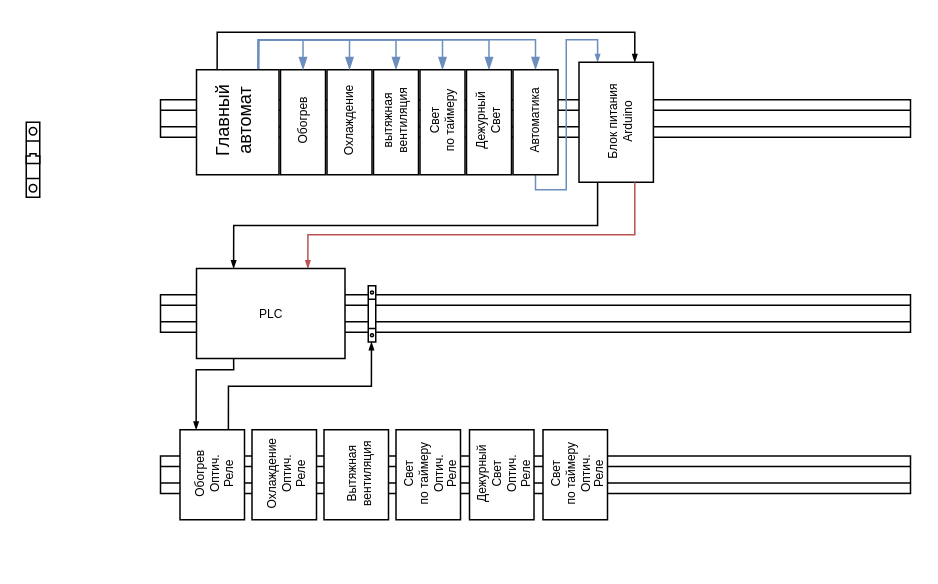
The draw.io diagram Курятник.drawio in Johnystu/draw_io, before the edit. Source tidied: cells renumbered, new cells numbered last; positions are measured from the earlier drawing's top-left corner, leaving out a move shared by most shapes. Both pictures are drawn from the tidied source at 150%, with x=0, y=0 at pixel (26, 39).
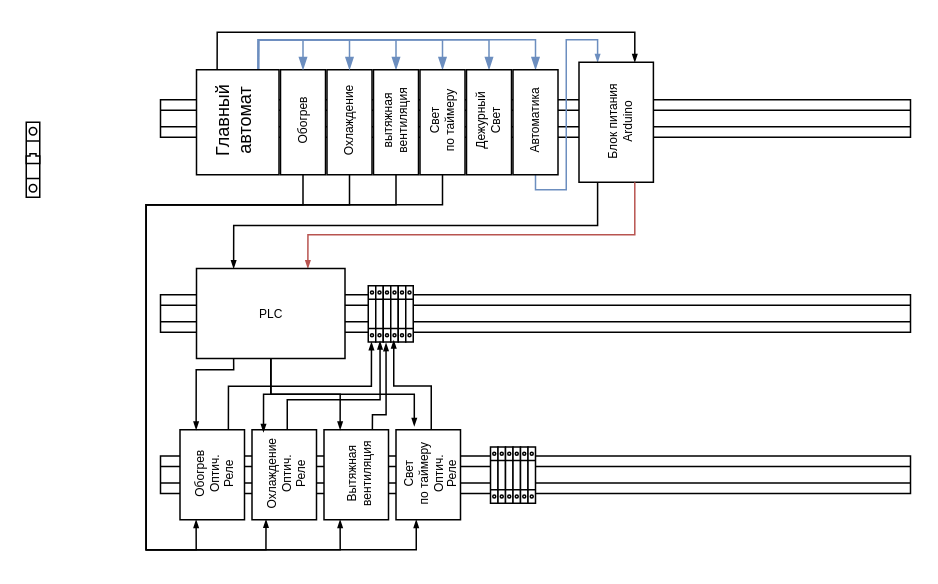
Above is the later version.

Unchanged cells that the change refers to:
```xml
<mxCell id="4" style="rounded=0;whiteSpace=wrap;html=1;" parent="1" vertex="1">
  <mxGeometry x="169.5" y="20" width="30" height="70" as="geometry" />
</mxCell>
<mxCell id="5" style="rounded=0;whiteSpace=wrap;html=1;" parent="1" vertex="1">
  <mxGeometry x="200.5" y="20" width="30" height="70" as="geometry" />
</mxCell>
<mxCell id="17" style="rounded=0;whiteSpace=wrap;html=1;" parent="1" vertex="1">
  <mxGeometry x="262.5" y="20" width="30" height="70" as="geometry" />
</mxCell>
<mxCell id="19" style="rounded=0;whiteSpace=wrap;html=1;" parent="1" vertex="1">
  <mxGeometry x="231.5" y="20" width="30" height="70" as="geometry" />
</mxCell>
<mxCell id="25" style="rounded=0;whiteSpace=wrap;html=1;" parent="24" vertex="1">
  <mxGeometry x="6.5" width="43" height="60" as="geometry" />
</mxCell>
<mxCell id="35" value="Охлаждение&lt;div style=&quot;font-size: 8px&quot;&gt;&lt;font style=&quot;font-size: 8px&quot;&gt;Оптич.&lt;/font&gt;&lt;/div&gt;&lt;div style=&quot;font-size: 8px&quot;&gt;&lt;font style=&quot;font-size: 8px&quot;&gt;Реле&lt;br style=&quot;font-size: 8px&quot;&gt;&lt;/font&gt;&lt;/div&gt;" style="text;html=1;align=center;verticalAlign=middle;points=[];rotation=-90;fontSize=8;" parent="33" vertex="1">
  <mxGeometry y="10" width="60" height="40" as="geometry" />
</mxCell>
<mxCell id="37" style="rounded=0;whiteSpace=wrap;html=1;" parent="36" vertex="1">
  <mxGeometry x="6.5" width="43" height="60" as="geometry" />
</mxCell>
<mxCell id="41" value="&lt;div&gt;Свет&lt;/div&gt;&lt;div&gt;по таймеру&lt;br&gt;&lt;/div&gt;&lt;div style=&quot;font-size: 8px&quot;&gt;&lt;font style=&quot;font-size: 8px&quot;&gt;Оптич.&lt;/font&gt;&lt;/div&gt;&lt;div style=&quot;font-size: 8px&quot;&gt;&lt;font style=&quot;font-size: 8px&quot;&gt;Реле&lt;br style=&quot;font-size: 8px&quot;&gt;&lt;/font&gt;&lt;/div&gt;" style="text;html=1;align=center;verticalAlign=middle;points=[];rotation=-90;fontSize=8;" parent="39" vertex="1">
  <mxGeometry y="5" width="60" height="50" as="geometry" />
</mxCell>
<mxCell id="52" value="PLC" style="rounded=0;whiteSpace=wrap;html=1;fontSize=8;" parent="1" vertex="1">
  <mxGeometry x="113.5" y="152.5" width="99" height="60" as="geometry" />
</mxCell>
```

Diff of the diagram source:
```diff
@@
+    <mxCell id="55" style="edgeStyle=orthogonalEdgeStyle;rounded=0;jumpSize=3;jettySize=auto;html=1;exitX=0.5;exitY=1;exitDx=0;exitDy=0;entryX=0.25;entryY=1;entryDx=0;entryDy=0;startSize=3;endArrow=blockThin;endFill=1;endSize=3;fontSize=8;" parent="1" edge="1" source="4" target="25">
+      <mxGeometry relative="1" as="geometry">
+        <Array as="points">
+          <mxPoint x="184" y="110" />
+          <mxPoint x="80" y="110" />
+          <mxPoint x="80" y="340" />
+          <mxPoint x="113" y="340" />
+        </Array>
+      </mxGeometry>
+    </mxCell>
@@
+    <mxCell id="56" style="edgeStyle=orthogonalEdgeStyle;rounded=0;jumpSize=3;jettySize=auto;html=1;entryX=0.002;entryY=0.146;entryDx=0;entryDy=0;entryPerimeter=0;startSize=3;endArrow=blockThin;endFill=1;endSize=3;fontSize=8;exitX=0.5;exitY=1;exitDx=0;exitDy=0;" parent="1" edge="1" source="5" target="35">
+      <mxGeometry relative="1" as="geometry">
+        <Array as="points">
+          <mxPoint x="215" y="110" />
+          <mxPoint x="80" y="110" />
+          <mxPoint x="80" y="340" />
+          <mxPoint x="160" y="340" />
+        </Array>
+      </mxGeometry>
+    </mxCell>
@@
+    <mxCell id="57" style="edgeStyle=orthogonalEdgeStyle;rounded=0;jumpSize=3;jettySize=auto;html=1;exitX=0.5;exitY=1;exitDx=0;exitDy=0;entryX=0;entryY=0.3;entryDx=0;entryDy=0;entryPerimeter=0;startSize=3;endArrow=blockThin;endFill=1;endSize=3;fontSize=8;" parent="1" edge="1" source="17" target="41">
+      <mxGeometry relative="1" as="geometry">
+        <Array as="points">
+          <mxPoint x="278" y="110" />
+          <mxPoint x="80" y="110" />
+          <mxPoint x="80" y="340" />
+          <mxPoint x="260" y="340" />
+        </Array>
+      </mxGeometry>
+    </mxCell>
@@
+    <mxCell id="58" style="edgeStyle=orthogonalEdgeStyle;rounded=0;jumpSize=3;jettySize=auto;html=1;exitX=0.5;exitY=1;exitDx=0;exitDy=0;entryX=0.25;entryY=1;entryDx=0;entryDy=0;startSize=3;endArrow=blockThin;endFill=1;endSize=3;fontSize=8;" parent="1" edge="1" source="19" target="37">
+      <mxGeometry relative="1" as="geometry">
+        <Array as="points">
+          <mxPoint x="247" y="110" />
+          <mxPoint x="80" y="110" />
+          <mxPoint x="80" y="340" />
+          <mxPoint x="209" y="340" />
+        </Array>
+      </mxGeometry>
+    </mxCell>
@@
-    <mxCell id="42" style="group;fontSize=8;" parent="1" vertex="1">
-      <mxGeometry x="289" y="260" width="60" height="60" as="geometry" />
-    </mxCell>
-    <mxCell id="43" style="rounded=0;whiteSpace=wrap;html=1;" parent="42" vertex="1">
-      <mxGeometry x="6.5" width="43" height="60" as="geometry" />
-    </mxCell>
-    <mxCell id="44" value="&lt;div&gt;Дежурный&lt;/div&gt;&lt;div&gt;Свет&lt;br&gt;&lt;/div&gt;&lt;div style=&quot;font-size: 8px&quot;&gt;&lt;font style=&quot;font-size: 8px&quot;&gt;Оптич.&lt;/font&gt;&lt;/div&gt;&lt;div style=&quot;font-size: 8px&quot;&gt;&lt;font style=&quot;font-size: 8px&quot;&gt;Реле&lt;br style=&quot;font-size: 8px&quot;&gt;&lt;/font&gt;&lt;/div&gt;" style="text;html=1;align=center;verticalAlign=middle;rotation=-90;fontSize=8;" parent="42" vertex="1">
-      <mxGeometry x="5" y="5" width="50" height="50" as="geometry" />
-    </mxCell>
-    <mxCell id="45" style="group;fontSize=8;" parent="1" vertex="1">
-      <mxGeometry x="338" y="260" width="60" height="60" as="geometry" />
-    </mxCell>
-    <mxCell id="46" style="rounded=0;whiteSpace=wrap;html=1;" parent="45" vertex="1">
-      <mxGeometry x="6.5" width="43" height="60" as="geometry" />
-    </mxCell>
-    <mxCell id="47" value="&lt;div&gt;Свет&lt;/div&gt;&lt;div&gt;по таймеру&lt;br&gt;&lt;/div&gt;&lt;div style=&quot;font-size: 8px&quot;&gt;&lt;font style=&quot;font-size: 8px&quot;&gt;Оптич.&lt;/font&gt;&lt;/div&gt;&lt;div style=&quot;font-size: 8px&quot;&gt;&lt;font style=&quot;font-size: 8px&quot;&gt;Реле&lt;br style=&quot;font-size: 8px&quot;&gt;&lt;/font&gt;&lt;/div&gt;" style="text;html=1;align=center;verticalAlign=middle;rotation=-90;fontSize=8;" parent="45" vertex="1">
-      <mxGeometry y="5" width="60" height="50" as="geometry" />
-    </mxCell>
@@
+    <mxCell id="59" style="edgeStyle=orthogonalEdgeStyle;rounded=0;jumpSize=3;jettySize=auto;html=1;exitX=0.5;exitY=1;exitDx=0;exitDy=0;entryX=0.974;entryY=0.104;entryDx=0;entryDy=0;entryPerimeter=0;startSize=3;endArrow=blockThin;endFill=1;endSize=3;fontSize=8;" parent="1" edge="1" source="52" target="35">
+      <mxGeometry relative="1" as="geometry" />
+    </mxCell>
+    <mxCell id="60" style="edgeStyle=orthogonalEdgeStyle;rounded=0;jumpSize=3;jettySize=auto;html=1;exitX=0.5;exitY=1;exitDx=0;exitDy=0;entryX=0.25;entryY=0;entryDx=0;entryDy=0;startSize=3;endArrow=blockThin;endFill=1;endSize=3;fontSize=8;" parent="1" edge="1" source="52" target="37">
+      <mxGeometry relative="1" as="geometry" />
+    </mxCell>
+    <mxCell id="61" style="edgeStyle=orthogonalEdgeStyle;rounded=0;jumpSize=3;jettySize=auto;html=1;exitX=0.5;exitY=1;exitDx=0;exitDy=0;entryX=1.04;entryY=0.274;entryDx=0;entryDy=0;entryPerimeter=0;startSize=3;endArrow=blockThin;endFill=1;endSize=3;fontSize=8;" parent="1" edge="1" source="52" target="41">
+      <mxGeometry relative="1" as="geometry" />
+    </mxCell>
@@
+    <mxCell id="62" style="verticalLabelPosition=bottom;dashed=0;shadow=0;html=1;align=center;verticalAlign=top;shape=mxgraph.cabinets.terminal_6_25mm2;fontSize=8;" parent="1" vertex="1">
+      <mxGeometry x="233" y="164" width="5" height="37.5" as="geometry" />
+    </mxCell>
+    <mxCell id="63" style="verticalLabelPosition=bottom;dashed=0;shadow=0;html=1;align=center;verticalAlign=top;shape=mxgraph.cabinets.terminal_6_25mm2;fontSize=8;" parent="1" vertex="1">
+      <mxGeometry x="238" y="164" width="5" height="37.5" as="geometry" />
+    </mxCell>
+    <mxCell id="64" style="verticalLabelPosition=bottom;dashed=0;shadow=0;html=1;align=center;verticalAlign=top;shape=mxgraph.cabinets.terminal_6_25mm2;fontSize=8;" parent="1" vertex="1">
+      <mxGeometry x="243" y="164" width="5" height="37.5" as="geometry" />
+    </mxCell>
+    <mxCell id="65" style="verticalLabelPosition=bottom;dashed=0;shadow=0;html=1;align=center;verticalAlign=top;shape=mxgraph.cabinets.terminal_6_25mm2;fontSize=8;" parent="1" vertex="1">
+      <mxGeometry x="248" y="164" width="5" height="37.5" as="geometry" />
+    </mxCell>
+    <mxCell id="66" style="verticalLabelPosition=bottom;dashed=0;shadow=0;html=1;align=center;verticalAlign=top;shape=mxgraph.cabinets.terminal_6_25mm2;fontSize=8;" parent="1" vertex="1">
+      <mxGeometry x="253" y="164" width="5" height="37.5" as="geometry" />
+    </mxCell>
+    <mxCell id="67" style="edgeStyle=orthogonalEdgeStyle;rounded=0;jumpSize=3;jettySize=auto;html=1;entryX=-0.429;entryY=0.987;entryDx=0;entryDy=0;entryPerimeter=0;startSize=3;endArrow=blockThin;endFill=1;endSize=3;fontSize=8;" parent="1" edge="1" source="35" target="63">
+      <mxGeometry relative="1" as="geometry">
+        <Array as="points">
+          <mxPoint x="174" y="240" />
+          <mxPoint x="236" y="240" />
+        </Array>
+      </mxGeometry>
+    </mxCell>
+    <mxCell id="68" style="edgeStyle=orthogonalEdgeStyle;rounded=0;jumpSize=3;jettySize=auto;html=1;exitX=0.75;exitY=0;exitDx=0;exitDy=0;entryX=0.371;entryY=1.017;entryDx=0;entryDy=0;entryPerimeter=0;startSize=3;endArrow=blockThin;endFill=1;endSize=3;fontSize=8;" parent="1" edge="1" source="37" target="63">
+      <mxGeometry relative="1" as="geometry">
+        <Array as="points">
+          <mxPoint x="231" y="250" />
+          <mxPoint x="240" y="250" />
+        </Array>
+      </mxGeometry>
+    </mxCell>
+    <mxCell id="69" style="edgeStyle=orthogonalEdgeStyle;rounded=0;jumpSize=3;jettySize=auto;html=1;entryX=0.4;entryY=0.971;entryDx=0;entryDy=0;entryPerimeter=0;startSize=3;endArrow=blockThin;endFill=1;endSize=3;fontSize=8;" parent="1" edge="1" source="41" target="64">
+      <mxGeometry relative="1" as="geometry" />
+    </mxCell>
+    <mxCell id="70" style="verticalLabelPosition=bottom;dashed=0;shadow=0;html=1;align=center;verticalAlign=top;shape=mxgraph.cabinets.terminal_6_25mm2;fontSize=8;" parent="1" vertex="1">
+      <mxGeometry x="309.5" y="271.5" width="5" height="37.5" as="geometry" />
+    </mxCell>
+    <mxCell id="71" style="verticalLabelPosition=bottom;dashed=0;shadow=0;html=1;align=center;verticalAlign=top;shape=mxgraph.cabinets.terminal_6_25mm2;fontSize=8;" parent="1" vertex="1">
+      <mxGeometry x="314.5" y="271.5" width="5" height="37.5" as="geometry" />
+    </mxCell>
+    <mxCell id="72" style="verticalLabelPosition=bottom;dashed=0;shadow=0;html=1;align=center;verticalAlign=top;shape=mxgraph.cabinets.terminal_6_25mm2;fontSize=8;" parent="1" vertex="1">
+      <mxGeometry x="319.5" y="271.5" width="5" height="37.5" as="geometry" />
+    </mxCell>
+    <mxCell id="73" style="verticalLabelPosition=bottom;dashed=0;shadow=0;html=1;align=center;verticalAlign=top;shape=mxgraph.cabinets.terminal_6_25mm2;fontSize=8;" parent="1" vertex="1">
+      <mxGeometry x="324.5" y="271.5" width="5" height="37.5" as="geometry" />
+    </mxCell>
+    <mxCell id="74" style="verticalLabelPosition=bottom;dashed=0;shadow=0;html=1;align=center;verticalAlign=top;shape=mxgraph.cabinets.terminal_6_25mm2;fontSize=8;" parent="1" vertex="1">
+      <mxGeometry x="329.5" y="271.5" width="5" height="37.5" as="geometry" />
+    </mxCell>
+    <mxCell id="75" style="verticalLabelPosition=bottom;dashed=0;shadow=0;html=1;align=center;verticalAlign=top;shape=mxgraph.cabinets.terminal_6_25mm2;fontSize=8;" parent="1" vertex="1">
+      <mxGeometry x="334.5" y="271.5" width="5" height="37.5" as="geometry" />
+    </mxCell>
```
